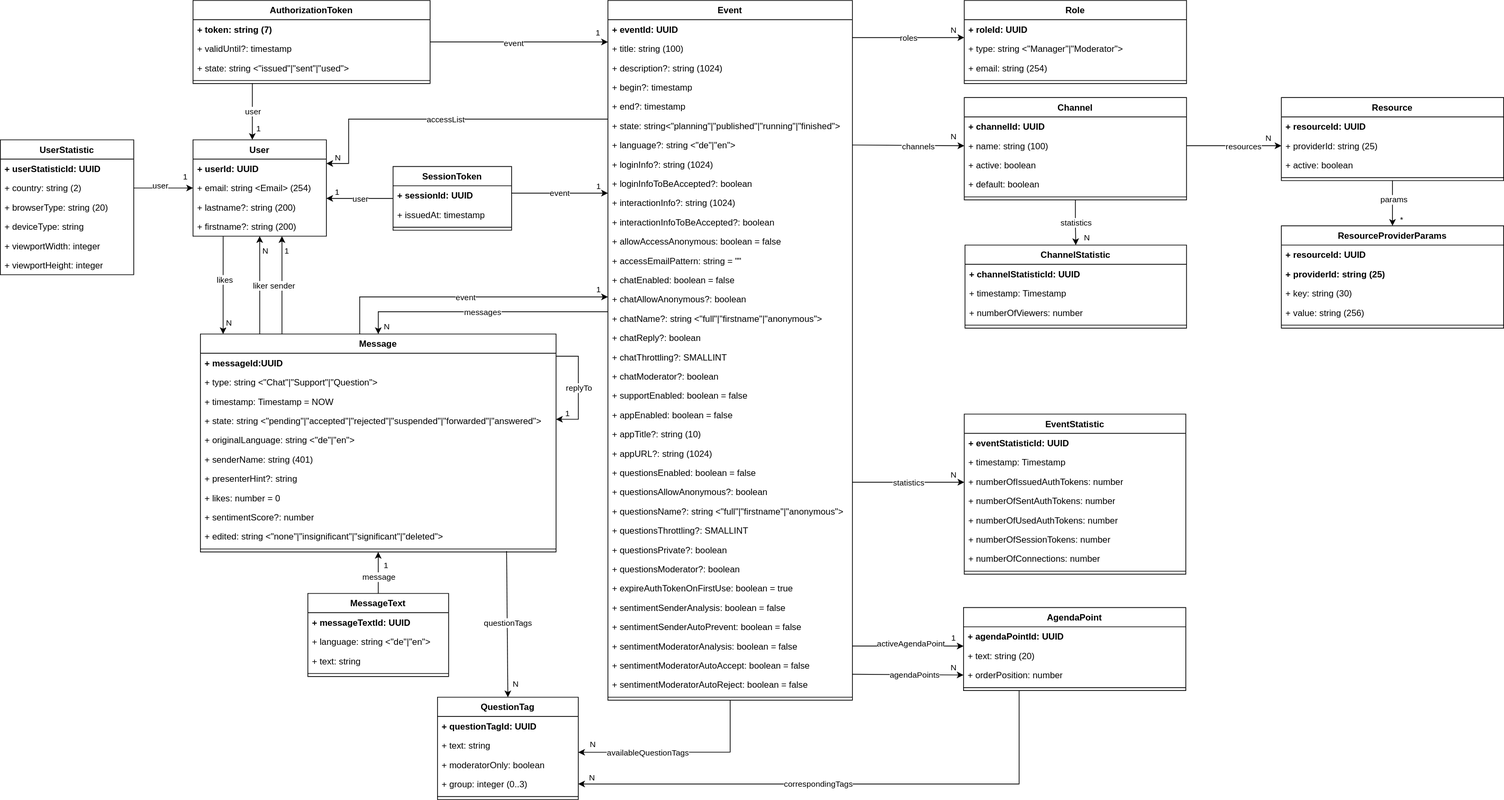
Above: doc/2-specification-datamodel.svg in rse/broadcast (draw.io), before the change. Source tidied: cells renumbered, new cells last; positions are measured from the earlier drawing's top-left corner, leaving out a move shared by most shapes.
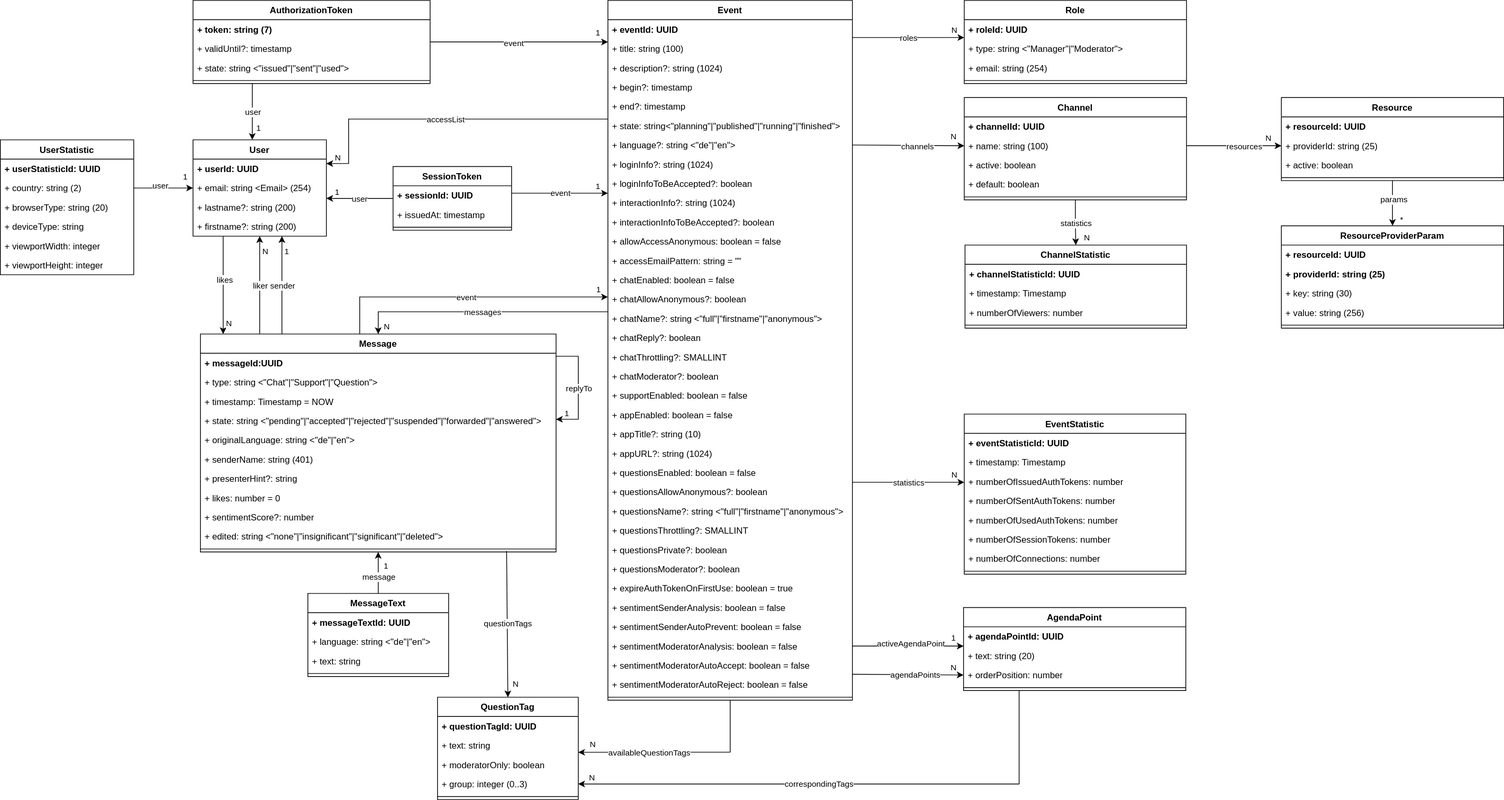
The same diagram one commit later.

Commit message:
datamodel changes now in all files updated

The edit, as a diff of the source:
```diff
@@ -626,7 +626,7 @@
     <mxCell id="173" style="line;strokeWidth=1;fillColor=none;align=left;verticalAlign=middle;spacingTop=-1;spacingLeft=3;spacingRight=3;labelPosition=right;strokeColor=inherit;" parent="169" vertex="1">
       <mxGeometry y="104" width="300" height="8" as="geometry" />
     </mxCell>
-    <mxCell id="174" value="ResourceProviderParams" style="swimlane;fontStyle=1;align=center;verticalAlign=top;horizontal=1;startSize=26;whiteSpace=wrap;html=1;" parent="1" vertex="1">
+    <mxCell id="174" value="ResourceProviderParam" style="swimlane;fontStyle=1;align=center;verticalAlign=top;horizontal=1;startSize=26;whiteSpace=wrap;html=1;" parent="1" vertex="1">
       <mxGeometry x="1729" y="304" width="300" height="138" as="geometry" />
     </mxCell>
     <mxCell id="175" value="&lt;b&gt;+ resourceId: UUID&lt;/b&gt;" style="text;strokeColor=none;fillColor=none;align=left;verticalAlign=top;spacingLeft=4;spacingRight=4;overflow=hidden;whiteSpace=wrap;html=1;" parent="174" vertex="1">
```
